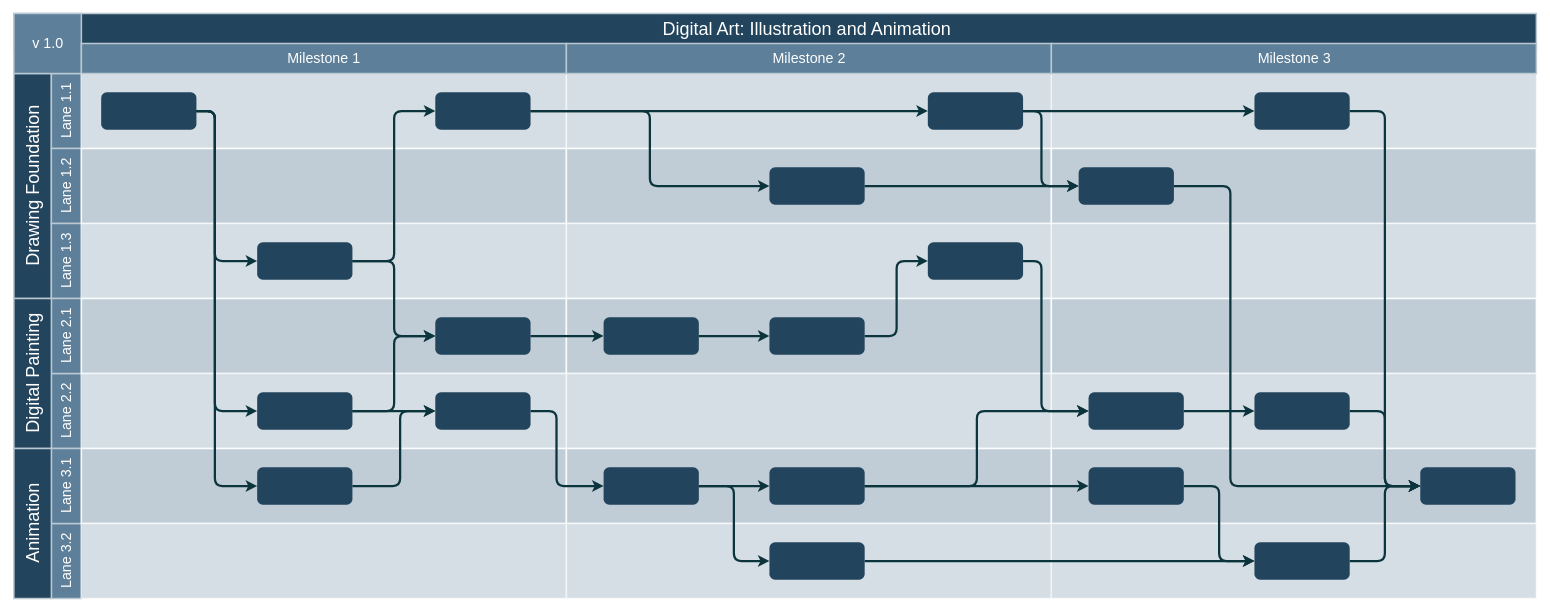
This is studies/Experiment.drawio from MasqueradeOfSilence/MasqueradeOfSilence, a draw.io file, before an edit. Source tidied: cells renumbered, new cells numbered last; positions are measured from the earlier drawing's top-left corner, leaving out a move shared by most shapes. Both pictures are drawn from the tidied source at 75%, with x=0, y=0 at pixel (14, 13).
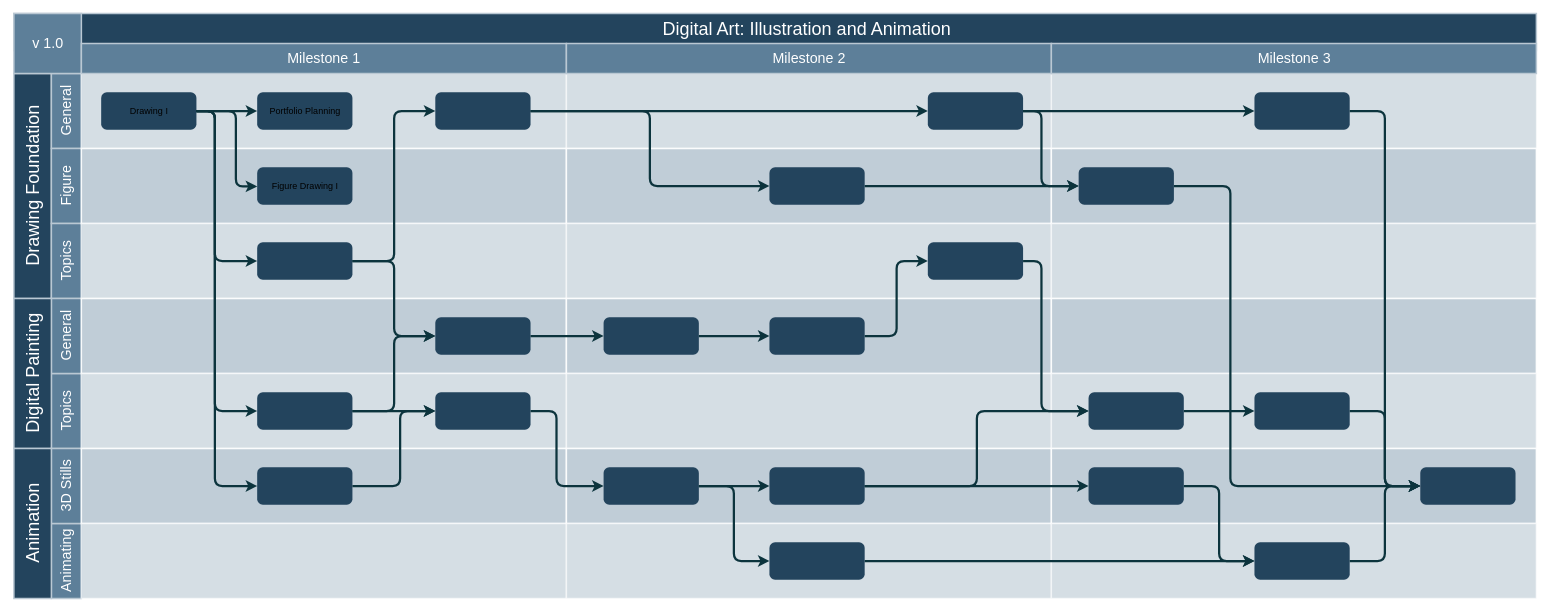
The same page after the edit.

What changed in the source:
```diff
@@
-    <mxCell id="4" value="Lane 1.1" style="strokeColor=#BAC8D3;fillColor=#5d7f99;fontSize=19;strokeWidth=2;horizontal=0;fontFamily=Helvetica;html=1;labelBackgroundColor=none;fontColor=#FFFFFF;" parent="1" vertex="1">
+    <mxCell id="4" value="General" style="strokeColor=#BAC8D3;fillColor=#5d7f99;fontSize=19;strokeWidth=2;horizontal=0;fontFamily=Helvetica;html=1;labelBackgroundColor=none;fontColor=#FFFFFF;" parent="1" vertex="1">
       <mxGeometry x="50" y="80.5" width="40" height="100" as="geometry" />
     </mxCell>
@@
-    <mxCell id="6" value="Lane 1.2" style="strokeColor=#BAC8D3;fillColor=#5d7f99;fontSize=19;strokeWidth=2;horizontal=0;fontFamily=Helvetica;html=1;labelBackgroundColor=none;fontColor=#FFFFFF;" parent="1" vertex="1">
+    <mxCell id="6" value="Figure" style="strokeColor=#BAC8D3;fillColor=#5d7f99;fontSize=19;strokeWidth=2;horizontal=0;fontFamily=Helvetica;html=1;labelBackgroundColor=none;fontColor=#FFFFFF;" parent="1" vertex="1">
       <mxGeometry x="50" y="180.5" width="40" height="100" as="geometry" />
     </mxCell>
-    <mxCell id="7" value="Lane 1.3" style="strokeColor=#BAC8D3;fillColor=#5d7f99;fontSize=19;strokeWidth=2;horizontal=0;fontFamily=Helvetica;html=1;labelBackgroundColor=none;fontColor=#FFFFFF;" parent="1" vertex="1">
+    <mxCell id="7" value="Topics" style="strokeColor=#BAC8D3;fillColor=#5d7f99;fontSize=19;strokeWidth=2;horizontal=0;fontFamily=Helvetica;html=1;labelBackgroundColor=none;fontColor=#FFFFFF;" parent="1" vertex="1">
       <mxGeometry x="50" y="280.5" width="40" height="100" as="geometry" />
     </mxCell>
-    <mxCell id="8" value="Lane 2.2" style="strokeColor=#BAC8D3;fillColor=#5d7f99;fontSize=19;strokeWidth=2;horizontal=0;fontFamily=Helvetica;html=1;labelBackgroundColor=none;fontColor=#FFFFFF;" parent="1" vertex="1">
+    <mxCell id="8" value="Topics" style="strokeColor=#BAC8D3;fillColor=#5d7f99;fontSize=19;strokeWidth=2;horizontal=0;fontFamily=Helvetica;html=1;labelBackgroundColor=none;fontColor=#FFFFFF;" parent="1" vertex="1">
       <mxGeometry x="50" y="480.5" width="40" height="100" as="geometry" />
     </mxCell>
-    <mxCell id="9" value="Lane 2.1" style="strokeColor=#BAC8D3;fillColor=#5d7f99;fontSize=19;strokeWidth=2;horizontal=0;fontFamily=Helvetica;html=1;labelBackgroundColor=none;fontColor=#FFFFFF;" parent="1" vertex="1">
+    <mxCell id="9" value="General" style="strokeColor=#BAC8D3;fillColor=#5d7f99;fontSize=19;strokeWidth=2;horizontal=0;fontFamily=Helvetica;html=1;labelBackgroundColor=none;fontColor=#FFFFFF;" parent="1" vertex="1">
       <mxGeometry x="50" y="380.5" width="40" height="100" as="geometry" />
     </mxCell>
@@
-    <mxCell id="11" value="Lane 3.2" style="strokeColor=#BAC8D3;fillColor=#5d7f99;fontSize=19;strokeWidth=2;horizontal=0;fontFamily=Helvetica;html=1;labelBackgroundColor=none;fontColor=#FFFFFF;" parent="1" vertex="1">
+    <mxCell id="11" value="Animating" style="strokeColor=#BAC8D3;fillColor=#5d7f99;fontSize=19;strokeWidth=2;horizontal=0;fontFamily=Helvetica;html=1;labelBackgroundColor=none;fontColor=#FFFFFF;" parent="1" vertex="1">
       <mxGeometry x="50" y="680.5" width="40" height="100" as="geometry" />
     </mxCell>
-    <mxCell id="12" value="Lane 3.1" style="strokeColor=#BAC8D3;fillColor=#5d7f99;fontSize=19;strokeWidth=2;horizontal=0;fontFamily=Helvetica;html=1;labelBackgroundColor=none;fontColor=#FFFFFF;" parent="1" vertex="1">
+    <mxCell id="12" value="3D Stills" style="strokeColor=#BAC8D3;fillColor=#5d7f99;fontSize=19;strokeWidth=2;horizontal=0;fontFamily=Helvetica;html=1;labelBackgroundColor=none;fontColor=#FFFFFF;" parent="1" vertex="1">
       <mxGeometry x="50" y="580.5" width="40" height="100" as="geometry" />
     </mxCell>
@@
+    <mxCell id="90" style="edgeStyle=orthogonalEdgeStyle;rounded=1;jettySize=auto;html=1;exitX=1;exitY=0.5;exitDx=0;exitDy=0;strokeWidth=3;strokeColor=#0C343D;" parent="1" edge="1" source="36" target="91">
+      <mxGeometry relative="1" as="geometry" />
+    </mxCell>
-    <mxCell id="36" style="rounded=1;fillColor=#23445D;strokeColor=none;strokeWidth=2;fontFamily=Helvetica;html=1;gradientColor=none;" parent="1" vertex="1">
+    <mxCell id="36" value="Drawing I" style="rounded=1;fillColor=#23445D;strokeColor=none;strokeWidth=2;fontFamily=Helvetica;html=1;gradientColor=none;" parent="1" vertex="1">
       <mxGeometry x="116.4" y="105.5" width="127" height="50" as="geometry" />
     </mxCell>
@@
+    <mxCell id="91" value="Portfolio Planning" style="rounded=1;fillColor=#23445D;strokeColor=none;strokeWidth=2;fontFamily=Helvetica;html=1;gradientColor=none;" parent="1" vertex="1">
+      <mxGeometry x="324.4" y="105.5" width="127" height="50" as="geometry" />
+    </mxCell>
+    <mxCell id="92" value="Figure Drawing I" style="rounded=1;fillColor=#23445D;strokeColor=none;strokeWidth=2;fontFamily=Helvetica;html=1;gradientColor=none;" parent="1" vertex="1">
+      <mxGeometry x="324.4" y="205.5" width="127" height="50" as="geometry" />
+    </mxCell>
+    <mxCell id="93" style="edgeStyle=orthogonalEdgeStyle;rounded=1;jettySize=auto;html=1;strokeWidth=3;strokeColor=#0C343D;" parent="1" edge="1" source="36" target="92">
+      <mxGeometry relative="1" as="geometry">
+        <Array as="points">
+          <mxPoint x="296" y="131" />
+          <mxPoint x="296" y="231" />
+        </Array>
+      </mxGeometry>
+    </mxCell>
```
